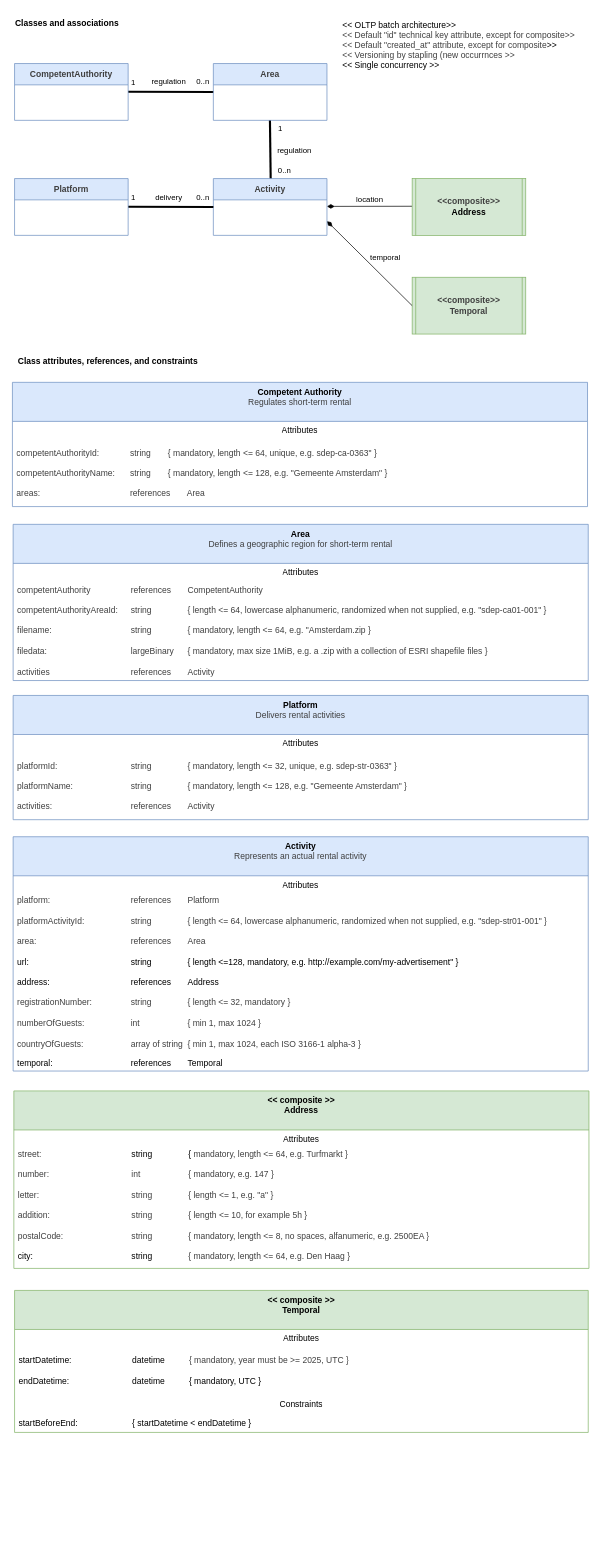
The draw.io diagram docs/Datamodel.drawio in MinBZK/sdep.gov.nl, before the edit. Source tidied: cells renumbered, new cells numbered last; positions are measured from the earlier drawing's top-left corner, leaving out a move shared by most shapes. Both pictures are drawn from the tidied source at 71%, with x=0, y=0 at pixel (12, 13).
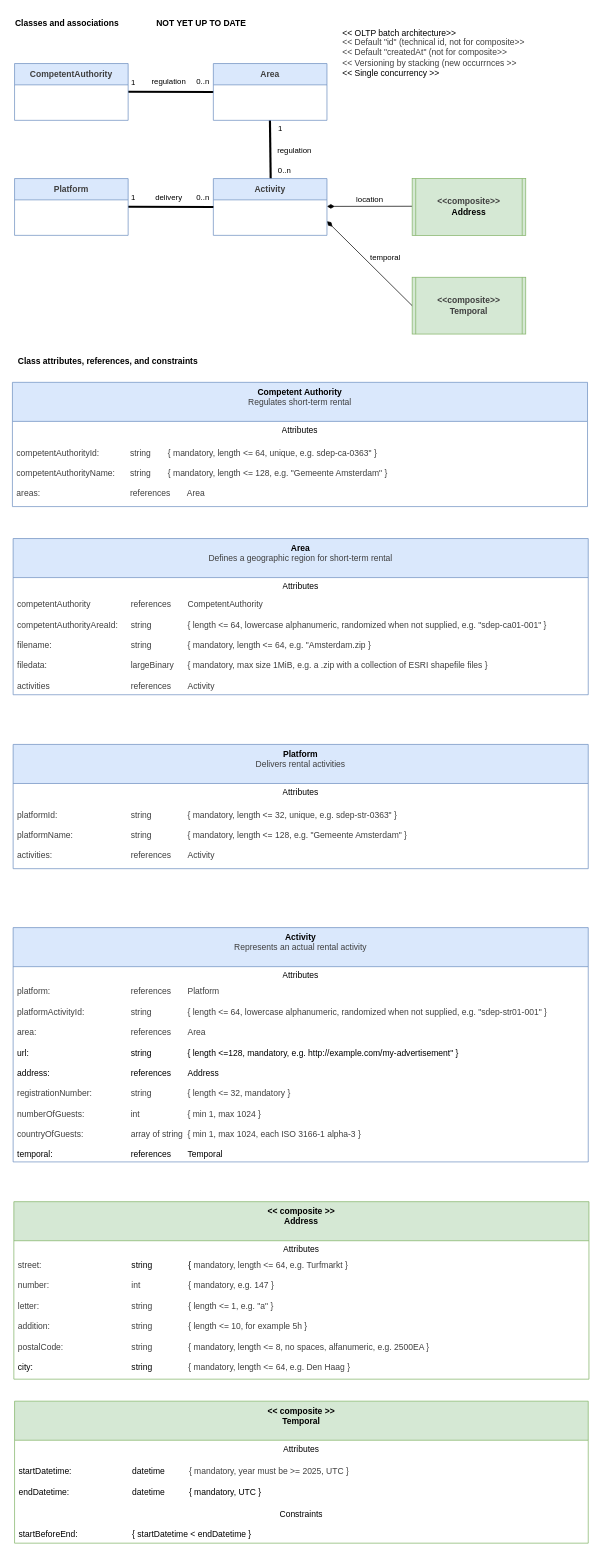
Above is the later version.

Unchanged cells that the change refers to:
```xml
<mxCell id="20" value="&lt;b&gt;Competent Authority&lt;/b&gt;&lt;div&gt;&lt;span style=&quot;color: rgb(63, 63, 63); text-align: left;&quot;&gt;Regulates short-term rental&lt;/span&gt;&lt;b&gt;&lt;/b&gt;&lt;/div&gt;" style="swimlane;fontStyle=0;align=center;verticalAlign=top;horizontal=1;startSize=55;html=1;whiteSpace=wrap;fillColor=#dae8fc;strokeColor=#6c8ebf;" parent="1" vertex="1">
  <mxGeometry y="520" width="810" height="175" as="geometry" />
</mxCell>
```

The edit, as a diff of the source:
```diff
@@
-    <mxCell id="7" value="&amp;lt;&amp;lt; OLTP batch architecture&amp;gt;&amp;gt;&lt;div&gt;&lt;span style=&quot;color: rgb(63, 63, 63);&quot;&gt;&lt;span style=&quot;color: rgb(63, 63, 63);&quot;&gt;&amp;lt;&amp;lt; Default &quot;id&quot; technical key attribute, except for composite&amp;gt;&amp;gt;&lt;/span&gt;&lt;/span&gt;&lt;/div&gt;&lt;div&gt;&lt;span style=&quot;color: rgb(63, 63, 63);&quot;&gt;&amp;lt;&amp;lt; Default &quot;created_at&quot; attribute,&amp;nbsp;&lt;/span&gt;&lt;span style=&quot;color: rgb(63, 63, 63); background-color: transparent;&quot;&gt;except for composite&lt;/span&gt;&lt;span style=&quot;background-color: transparent;&quot;&gt;&amp;gt;&amp;gt;&lt;/span&gt;&lt;/div&gt;&lt;div&gt;&lt;span style=&quot;color: rgb(63, 63, 63); background-color: transparent;&quot;&gt;&amp;lt;&amp;lt; Versioning by stapling (new occurrnces &amp;gt;&amp;gt;&lt;/span&gt;&lt;/div&gt;&lt;div&gt;&lt;div&gt;&amp;lt;&amp;lt; Single concurrency &amp;gt;&amp;gt;&lt;/div&gt;&lt;/div&gt;" style="text;html=1;align=left;verticalAlign=middle;strokeColor=none;fillColor=none;" parent="1" vertex="1">
-      <mxGeometry x="463" width="350" height="90" as="geometry" />
+    <mxCell id="7" value="&amp;lt;&amp;lt; OLTP batch architecture&amp;gt;&amp;gt;&lt;div&gt;&lt;span style=&quot;color: rgb(63, 63, 63);&quot;&gt;&lt;span style=&quot;color: rgb(63, 63, 63);&quot;&gt;&amp;lt;&amp;lt; Default &quot;id&quot; (technical id, not for composite&amp;gt;&amp;gt;&lt;/span&gt;&lt;/span&gt;&lt;/div&gt;&lt;div style=&quot;color: rgb(63, 63, 63); scrollbar-color: rgb(226, 226, 226) rgb(251, 251, 251);&quot;&gt;&lt;span style=&quot;scrollbar-color: rgb(226, 226, 226) rgb(251, 251, 251); color: rgb(63, 63, 63);&quot;&gt;&amp;lt;&amp;lt; Default &quot;createdAt&quot; (not for composite&amp;gt;&amp;gt;&lt;/span&gt;&lt;/div&gt;&lt;div style=&quot;color: rgb(63, 63, 63); scrollbar-color: rgb(226, 226, 226) rgb(251, 251, 251);&quot;&gt;&lt;span style=&quot;background-color: transparent;&quot;&gt;&amp;lt;&amp;lt; Versioning by stacking (new occurrnces &amp;gt;&amp;gt;&lt;/span&gt;&lt;/div&gt;&lt;div&gt;&lt;div&gt;&amp;lt;&amp;lt; Single concurrency &amp;gt;&amp;gt;&lt;/div&gt;&lt;/div&gt;" style="text;html=1;align=left;verticalAlign=middle;strokeColor=none;fillColor=none;" parent="1" vertex="1">
+      <mxGeometry x="463" y="11" width="280" height="90" as="geometry" />
     </mxCell>
@@
-    <mxCell id="22" value="&lt;div style=&quot;scrollbar-color: rgb(226, 226, 226) rgb(251, 251, 251); color: rgb(63, 63, 63);&quot;&gt;&lt;div style=&quot;scrollbar-color: rgb(226, 226, 226) rgb(251, 251, 251); color: rgb(63, 63, 63);&quot;&gt;&lt;div style=&quot;scrollbar-color: rgb(226, 226, 226) rgb(251, 251, 251); color: rgb(63, 63, 63);&quot;&gt;&lt;font face=&quot;Helvetica&quot;&gt;&lt;span style=&quot;background-color: transparent;&quot;&gt;competentAuthorityId:&lt;/span&gt;&lt;span style=&quot;background-color: transparent; white-space: pre;&quot;&gt;&#9;&lt;span style=&quot;white-space: pre;&quot;&gt;&#9;&lt;/span&gt;&lt;/span&gt;&lt;span style=&quot;background-color: transparent;&quot;&gt;string&lt;span style=&quot;white-space: pre;&quot;&gt;&#9;&lt;/span&gt;&lt;/span&gt;&lt;span style=&quot;background-color: transparent; color: rgb(63, 63, 63);&quot;&gt;{ mandatory, length &amp;lt;= 64, unique, e.g.&lt;/span&gt;&lt;span style=&quot;background-color: transparent;&quot;&gt;&amp;nbsp;sdep-ca-0363&quot; }&lt;/span&gt;&lt;/font&gt;&lt;/div&gt;&lt;div style=&quot;scrollbar-color: rgb(226, 226, 226) rgb(251, 251, 251); color: rgb(63, 63, 63);&quot;&gt;&lt;font face=&quot;Helvetica&quot;&gt;&lt;br&gt;&lt;/font&gt;&lt;/div&gt;&lt;div style=&quot;scrollbar-color: rgb(226, 226, 226) rgb(251, 251, 251); color: rgb(63, 63, 63);&quot;&gt;&lt;font face=&quot;Helvetica&quot;&gt;competentAuthorityName:&lt;span style=&quot;white-space: pre;&quot;&gt;&#9;&lt;/span&gt;string&lt;span style=&quot;white-space: pre;&quot;&gt;&#9;&lt;/span&gt;&lt;span style=&quot;background-color: transparent;&quot;&gt;{ mandatory, length &amp;lt;= 128, e.g.&amp;nbsp;&lt;/span&gt;&lt;span style=&quot;background-color: transparent;&quot;&gt;&quot;Gemeente Amsterdam&quot; }&lt;/span&gt;&lt;/font&gt;&lt;/div&gt;&lt;div style=&quot;color: rgb(63, 63, 63); scrollbar-color: rgb(226, 226, 226) rgb(251, 251, 251);&quot;&gt;&lt;font face=&quot;Helvetica&quot;&gt;&lt;br&gt;&lt;/font&gt;&lt;/div&gt;&lt;div style=&quot;color: rgb(63, 63, 63); scrollbar-color: rgb(226, 226, 226) rgb(251, 251, 251);&quot;&gt;&lt;span style=&quot;color: rgb(63, 63, 63);&quot;&gt;&lt;font face=&quot;Helvetica&quot;&gt;areas: &lt;span style=&quot;white-space: pre;&quot;&gt;&#9;&lt;span style=&quot;white-space: pre;&quot;&gt;&#9;&lt;/span&gt;&lt;span style=&quot;white-space: pre;&quot;&gt;&#9;&lt;/span&gt;&lt;span style=&quot;white-space: pre;&quot;&gt;&#9;&lt;span style=&quot;white-space: pre;&quot;&gt;&#9;&lt;/span&gt;&lt;/span&gt;&lt;/span&gt;references &lt;span style=&quot;white-space: pre;&quot;&gt;&#9;&lt;/span&gt;Area&lt;/font&gt;&lt;/span&gt;&lt;/div&gt;&lt;/div&gt;&lt;/div&gt;" style="text;html=1;strokeColor=none;fillColor=none;align=left;verticalAlign=middle;spacingLeft=4;spacingRight=4;overflow=hidden;whiteSpace=wrap;" parent="20" vertex="1">
+    <mxCell id="22" value="&lt;div style=&quot;scrollbar-color: rgb(226, 226, 226) rgb(251, 251, 251); color: rgb(63, 63, 63);&quot;&gt;&lt;div style=&quot;scrollbar-color: rgb(226, 226, 226) rgb(251, 251, 251); color: rgb(63, 63, 63);&quot;&gt;&lt;div style=&quot;scrollbar-color: rgb(226, 226, 226) rgb(251, 251, 251); color: rgb(63, 63, 63);&quot;&gt;&lt;font face=&quot;Helvetica&quot;&gt;&lt;span style=&quot;background-color: transparent;&quot;&gt;competentAuthorityId:&lt;/span&gt;&lt;span style=&quot;background-color: transparent; white-space: pre;&quot;&gt;&#9;&lt;span style=&quot;white-space: pre;&quot;&gt;&#9;&lt;/span&gt;&lt;/span&gt;&lt;span style=&quot;background-color: transparent;&quot;&gt;string&lt;span style=&quot;white-space: pre;&quot;&gt;&#9;&lt;/span&gt;&lt;/span&gt;&lt;span style=&quot;background-color: transparent; color: rgb(63, 63, 63);&quot;&gt;{ mandatory, length &amp;lt;= 64, unique, e.g.&lt;/span&gt;&lt;span style=&quot;background-color: transparent;&quot;&gt;&amp;nbsp;sdep-ca-0363&quot; }&lt;/span&gt;&lt;/font&gt;&lt;/div&gt;&lt;div style=&quot;scrollbar-color: rgb(226, 226, 226) rgb(251, 251, 251); color: rgb(63, 63, 63);&quot;&gt;&lt;font face=&quot;Helvetica&quot;&gt;&lt;br&gt;&lt;/font&gt;&lt;/div&gt;&lt;div style=&quot;scrollbar-color: rgb(226, 226, 226) rgb(251, 251, 251); color: rgb(63, 63, 63);&quot;&gt;&lt;font face=&quot;Helvetica&quot;&gt;competentAuthorityName:&lt;span style=&quot;white-space: pre;&quot;&gt;&#9;&lt;/span&gt;string&lt;span style=&quot;white-space: pre;&quot;&gt;&#9;&lt;/span&gt;&lt;span style=&quot;background-color: transparent;&quot;&gt;{ mandatory, length &amp;lt;= 128, e.g.&amp;nbsp;&lt;/span&gt;&lt;span style=&quot;background-color: transparent;&quot;&gt;&quot;Gemeente Amsterdam&quot; }&lt;/span&gt;&lt;/font&gt;&lt;/div&gt;&lt;div style=&quot;color: rgb(63, 63, 63); scrollbar-color: rgb(226, 226, 226) rgb(251, 251, 251);&quot;&gt;&lt;br&gt;&lt;/div&gt;&lt;div style=&quot;color: rgb(63, 63, 63); scrollbar-color: rgb(226, 226, 226) rgb(251, 251, 251);&quot;&gt;&lt;span style=&quot;color: rgb(63, 63, 63);&quot;&gt;&lt;font face=&quot;Helvetica&quot;&gt;areas: &lt;span style=&quot;white-space: pre;&quot;&gt;&#9;&lt;span style=&quot;white-space: pre;&quot;&gt;&#9;&lt;/span&gt;&lt;span style=&quot;white-space: pre;&quot;&gt;&#9;&lt;/span&gt;&lt;span style=&quot;white-space: pre;&quot;&gt;&#9;&lt;span style=&quot;white-space: pre;&quot;&gt;&#9;&lt;/span&gt;&lt;/span&gt;&lt;/span&gt;references &lt;span style=&quot;white-space: pre;&quot;&gt;&#9;&lt;/span&gt;Area&lt;/font&gt;&lt;/span&gt;&lt;/div&gt;&lt;/div&gt;&lt;/div&gt;" style="text;html=1;strokeColor=none;fillColor=none;align=left;verticalAlign=middle;spacingLeft=4;spacingRight=4;overflow=hidden;whiteSpace=wrap;" parent="20" vertex="1">
       <mxGeometry y="80" width="810" height="95" as="geometry" />
     </mxCell>
     <mxCell id="23" value="&lt;div&gt;&lt;b&gt;&amp;lt;&amp;lt; composite &amp;gt;&amp;gt;&lt;/b&gt;&lt;/div&gt;&lt;div&gt;&lt;b&gt;Address&lt;/b&gt;&lt;/div&gt;" style="swimlane;fontStyle=0;align=center;verticalAlign=top;horizontal=1;startSize=55;html=1;whiteSpace=wrap;fillColor=#d5e8d4;strokeColor=#82b366;" parent="1" vertex="1">
-      <mxGeometry x="2" y="1518" width="810" height="250" as="geometry" />
+      <mxGeometry x="2" y="1674" width="810" height="250" as="geometry" />
     </mxCell>
@@
     <mxCell id="26" value="&lt;b&gt;Area&lt;/b&gt;&lt;div&gt;&lt;span style=&quot;color: rgb(63, 63, 63); text-align: left;&quot;&gt;Defines a geographic region for short-term rental&lt;/span&gt;&lt;b&gt;&lt;/b&gt;&lt;/div&gt;" style="swimlane;fontStyle=0;align=center;verticalAlign=top;horizontal=1;startSize=55;html=1;whiteSpace=wrap;fillColor=#dae8fc;strokeColor=#6c8ebf;" parent="1" vertex="1">
-      <mxGeometry x="1" y="720" width="810" height="220" as="geometry" />
+      <mxGeometry x="1" y="740" width="810" height="220" as="geometry" />
     </mxCell>
@@
     <mxCell id="29" value="&lt;div&gt;&lt;b style=&quot;background-color: transparent;&quot;&gt;Activity&lt;/b&gt;&lt;/div&gt;&lt;div&gt;&lt;div style=&quot;scrollbar-color: rgb(226, 226, 226) rgb(251, 251, 251); color: rgb(63, 63, 63);&quot;&gt;&lt;span style=&quot;scrollbar-color: rgb(226, 226, 226) rgb(251, 251, 251); background-color: transparent; color: rgb(63, 63, 63);&quot;&gt;Represents an actual rental activity&lt;/span&gt;&lt;/div&gt;&lt;div style=&quot;scrollbar-color: rgb(226, 226, 226) rgb(251, 251, 251); color: rgb(63, 63, 63);&quot;&gt;&lt;span style=&quot;scrollbar-color: rgb(226, 226, 226) rgb(251, 251, 251); background-color: transparent; color: rgb(63, 63, 63);&quot;&gt;&lt;br style=&quot;color: rgb(63, 63, 63); scrollbar-color: rgb(226, 226, 226) rgb(251, 251, 251);&quot;&gt;&lt;/span&gt;&lt;/div&gt;&lt;div style=&quot;scrollbar-color: rgb(226, 226, 226) rgb(251, 251, 251); color: rgb(63, 63, 63);&quot;&gt;&lt;br style=&quot;color: rgb(63, 63, 63); scrollbar-color: rgb(226, 226, 226) rgb(251, 251, 251); text-align: left;&quot;&gt;&lt;/div&gt;&lt;/div&gt;" style="swimlane;fontStyle=0;align=center;verticalAlign=top;horizontal=1;startSize=55;html=1;whiteSpace=wrap;fillColor=#dae8fc;strokeColor=#6c8ebf;" parent="1" vertex="1">
-      <mxGeometry x="1" y="1160" width="810" height="330" as="geometry" />
+      <mxGeometry x="1" y="1288" width="810" height="330" as="geometry" />
     </mxCell>
@@
     <mxCell id="32" value="&lt;div&gt;&lt;b&gt;&amp;lt;&amp;lt; composite &amp;gt;&amp;gt;&lt;/b&gt;&lt;/div&gt;&lt;b&gt;Temporal&lt;/b&gt;" style="swimlane;fontStyle=0;align=center;verticalAlign=top;horizontal=1;startSize=55;html=1;whiteSpace=wrap;fillColor=#d5e8d4;strokeColor=#82b366;" parent="1" vertex="1">
-      <mxGeometry x="3" y="1799" width="808" height="200" as="geometry" />
+      <mxGeometry x="3" y="1955" width="808" height="200" as="geometry" />
     </mxCell>
@@
     <mxCell id="37" value="Classes and associations" style="text;html=1;align=left;verticalAlign=middle;strokeColor=none;fillColor=none;fontStyle=1;" parent="1" vertex="1">
-      <mxGeometry x="2" width="160" height="30" as="geometry" />
+      <mxGeometry x="2" y="-1" width="160" height="30" as="geometry" />
     </mxCell>
@@
     <mxCell id="44" value="&lt;b&gt;Platform&lt;/b&gt;&lt;div&gt;&lt;span style=&quot;color: rgb(63, 63, 63); text-align: left;&quot;&gt;Delivers rental activities&lt;/span&gt;&lt;b&gt;&lt;/b&gt;&lt;/div&gt;" style="swimlane;fontStyle=0;align=center;verticalAlign=top;horizontal=1;startSize=55;html=1;whiteSpace=wrap;fillColor=#dae8fc;strokeColor=#6c8ebf;" parent="1" vertex="1">
-      <mxGeometry x="1" y="961" width="810" height="175" as="geometry" />
+      <mxGeometry x="1" y="1030" width="810" height="175" as="geometry" />
     </mxCell>
@@
+    <mxCell id="47" value="NOT YET UP TO DATE" style="text;html=1;align=left;verticalAlign=middle;strokeColor=none;fillColor=none;fontStyle=1;" parent="1" vertex="1">
+      <mxGeometry x="201" y="-1" width="150" height="30" as="geometry" />
+    </mxCell>
```
